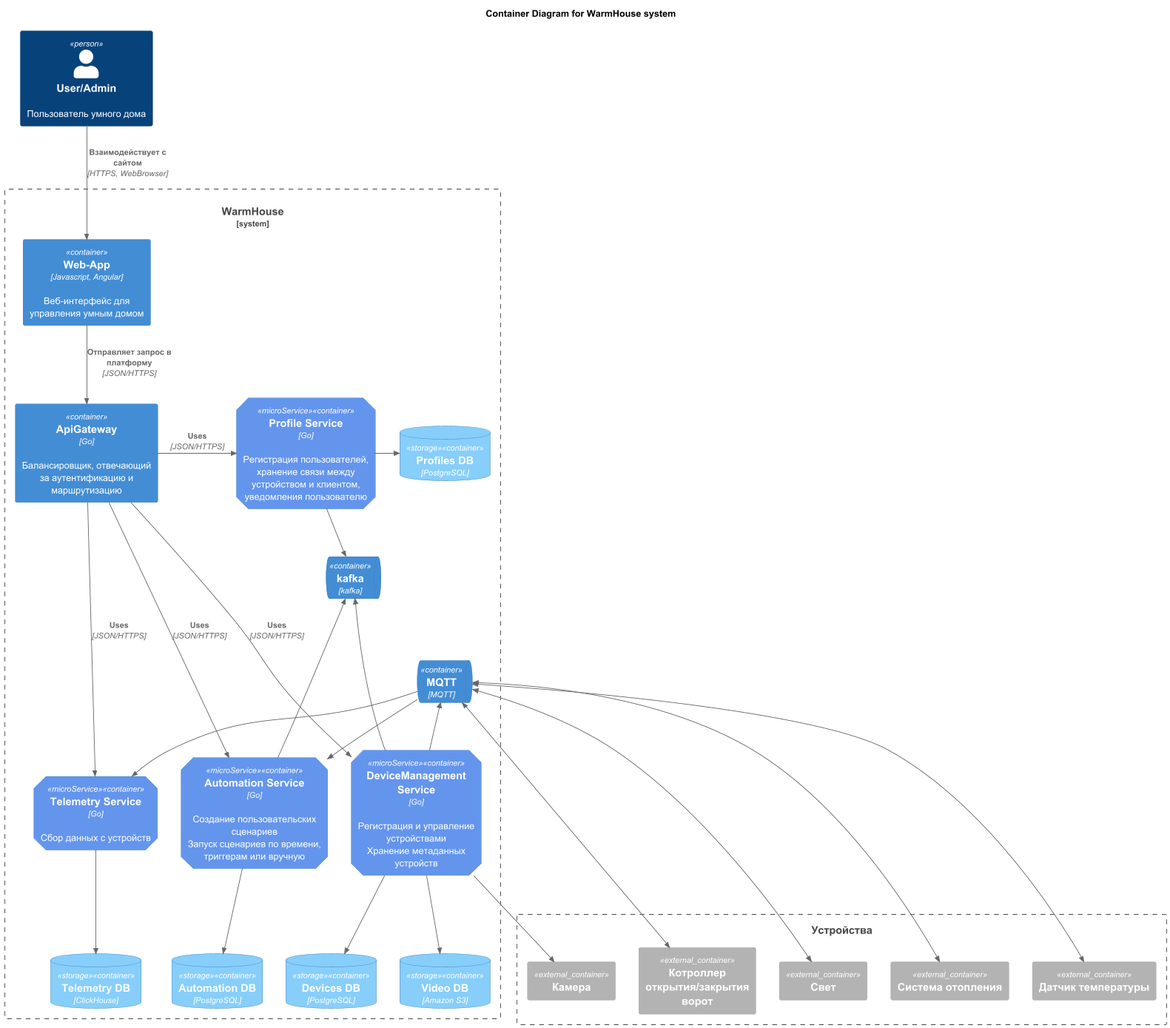
This is diagrams/container/WarmHouse_Microservices_Container.png from tovarischduraley/architecture-warmhouse, a PlantUML export, as it was before one commit. The source it was exported from:
```plantuml
@startuml

!include ./C4_Container.puml
title Container Diagram for WarmHouse system

AddElementTag("microService", $shape=EightSidedShape(), $bgColor="CornflowerBlue", $fontColor="white", $legendText="micro service\neight sided")
AddElementTag("storage", $shape=RoundedBoxShape(), $bgColor="lightSkyBlue", $fontColor="white")


Person(user, User/Admin, "Пользователь умного дома")

System_Boundary(c1, "WarmHouse") {
    Container(web_app, "Web-App", "Javascript, Angular", "Веб-интерфейс для управления умным домом")

    Container(api_gateway, "ApiGateway", "Go", "Балансировщик, отвечающий за аутентификацию и маршрутизацию")


    Container(profile_service, "Profile Service", "Go", "Регистрация пользователей, хранение связи между устройством и клиентом, уведомления пользователю", $tags = "microService")
    ContainerDb(profiles_db, "Profiles DB", "PostgreSQL", "", $tags = "storage")

    Container(device_management_service, "DeviceManagement Service", "Go", "Регистрация и управление устройствами\nХранение метаданных устройств", $tags = "microService")
    ContainerDb(devices_db, "Devices DB", "PostgreSQL", "", $tags = "storage")
    ContainerDb(video_db, "Video DB", "Amazon S3", "", $tags = "storage")

    Container(automation_service, "Automation Service", "Go", "Создание пользовательских сценариев\nЗапуск сценариев по времени, триггерам или вручную", $tags = "microService")
    ContainerDb(automation_db, "Automation DB", "PostgreSQL", "", $tags = "storage")

    Container(telemetry_service, "Telemetry Service", "Go", "Сбор данных с устройств", $tags = "microService")
    ContainerDb(telemetry_db, "Telemetry DB", "ClickHouse", "", $tags = "storage")
    ContainerQueue(kafka, "kafka", "kafka")
    ContainerQueue(mqtt, "MQTT", "MQTT")
}

Boundary(c2, "Устройства") {
    Container_Ext(gate, "Котроллер открытия/закрытия ворот")
    Container_Ext(light, "Свет")
    Container_Ext(camera, "Камера")
    Container_Ext(heating_system, "Система отопления")
    Container_Ext(temperature_sensor, "Датчик температуры")
}

Rel_D(user, web_app, "Взаимодействует с сайтом", "HTTPS, WebBrowser")
Rel_D(web_app, api_gateway, "Отправляет запрос в платформу", "JSON/HTTPS")

Rel_R(api_gateway, profile_service, "Uses", "JSON/HTTPS")
Rel(api_gateway, automation_service, "Uses", "JSON/HTTPS")
Rel(api_gateway, device_management_service, "Uses", "JSON/HTTPS")
Rel(api_gateway, telemetry_service, "Uses", "JSON/HTTPS")
Rel_R(profile_service, profiles_db,)
Rel_D(device_management_service, devices_db,)
Rel_D(device_management_service, video_db,)
Rel(automation_service, automation_db,)
Rel(telemetry_service, telemetry_db,)

Rel(device_management_service, kafka, "")
Rel(automation_service, kafka, "")
Rel(profile_service, kafka, "")

Rel(mqtt, telemetry_service, "")
Rel(device_management_service, mqtt, "")
Rel(mqtt, automation_service, "")

Rel(device_management_service, camera, "")
BiRel(mqtt, light, "")
BiRel(mqtt, gate, "")
BiRel(mqtt, heating_system, "")
BiRel(mqtt, temperature_sensor, "")

Lay_R(telemetry_service, automation_service )
Lay_R(automation_service, device_management_service)
Lay_D(kafka,mqtt)

@enduml
```
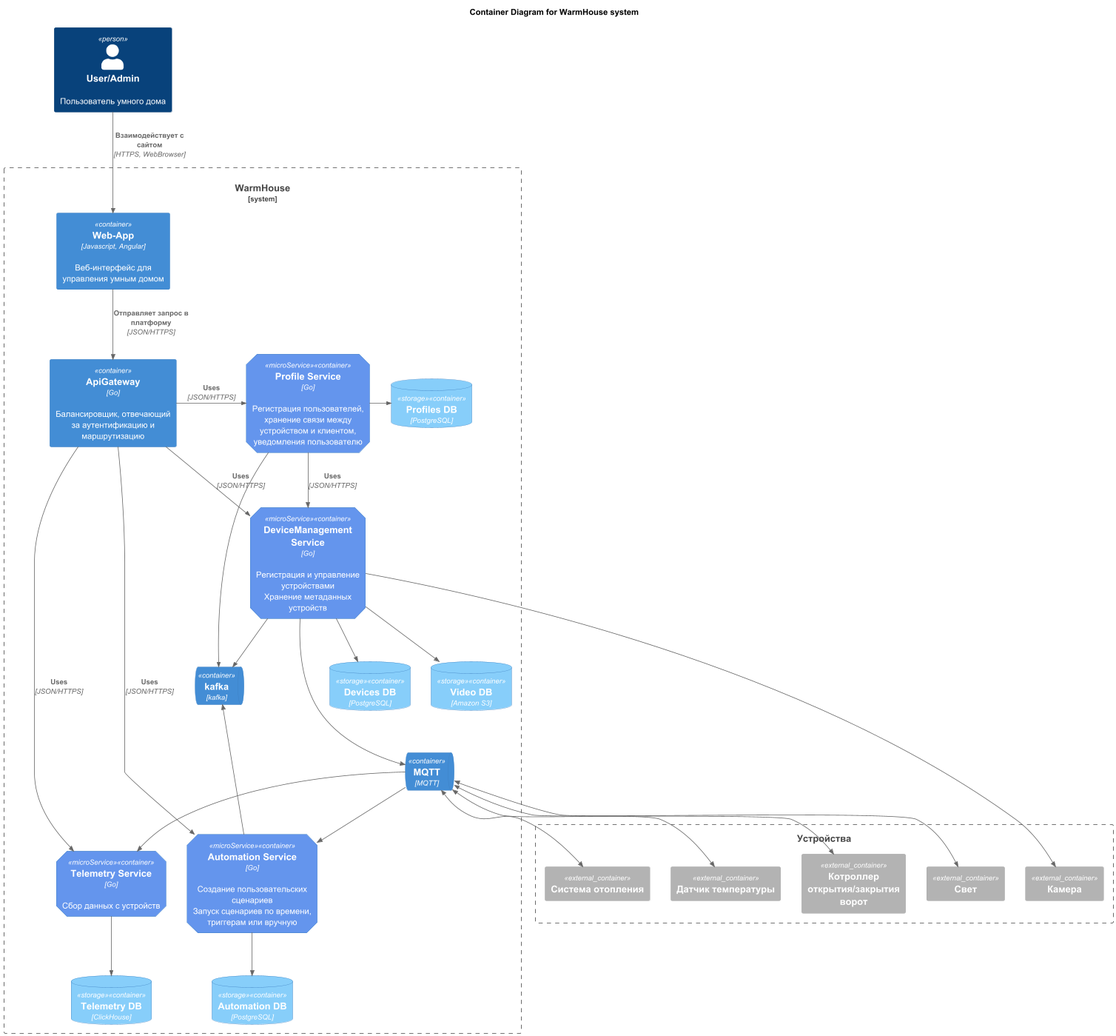
The same file after the commit.

Change to the diagram source:
```diff
@@ -55,6 +55,7 @@
 Rel(device_management_service, kafka, "")
 Rel(automation_service, kafka, "")
 Rel(profile_service, kafka, "")
+Rel(profile_service, device_management_service, "Uses", "JSON/HTTPS")
 
 Rel(mqtt, telemetry_service, "")
 Rel(device_management_service, mqtt, "")
```
